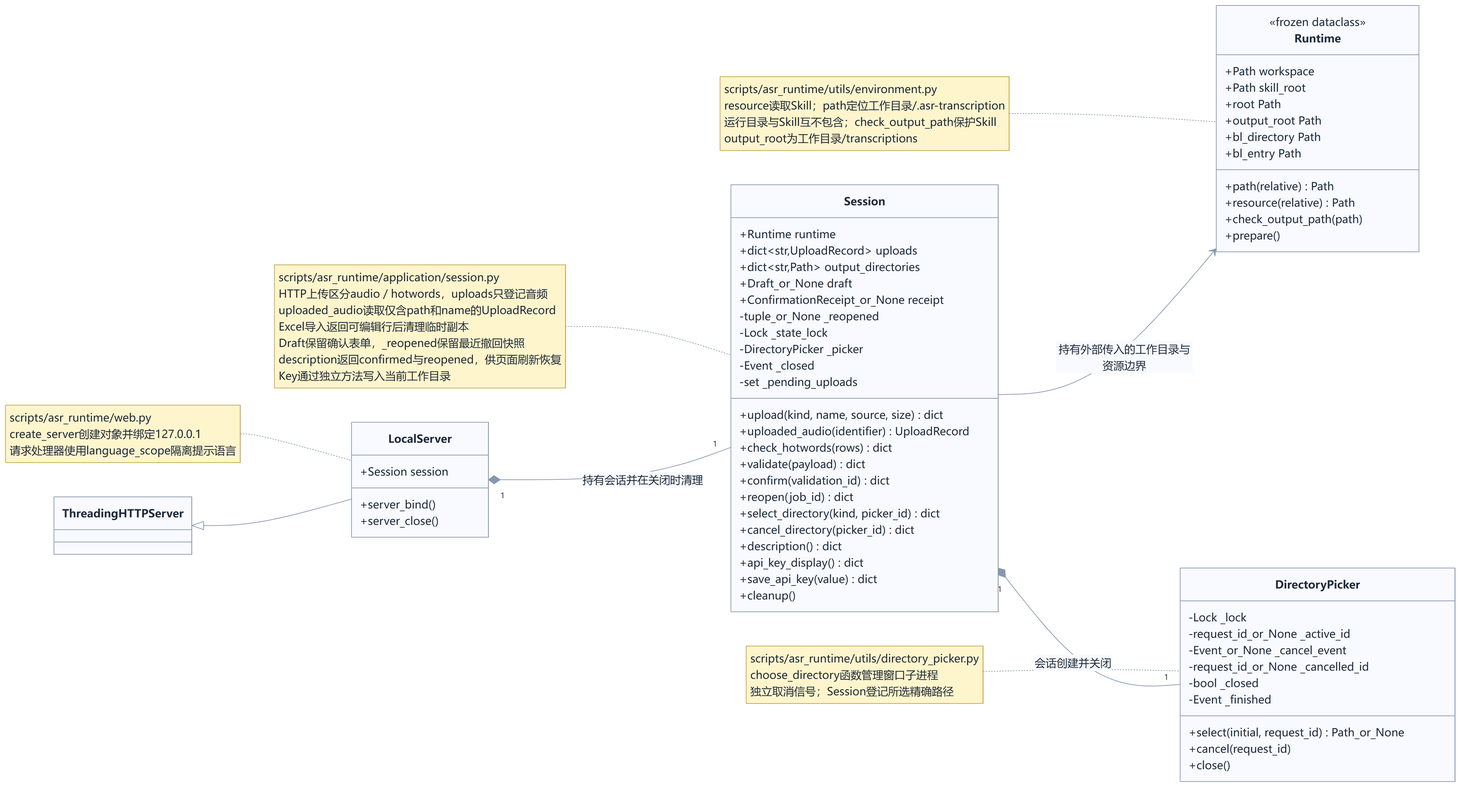
hx101700/asr-agent keeps this Mermaid diagram as doc/uml/01-classes.png. Above is the earlier version. Its source is kept beside it as doc/uml/01-classes.mmd.
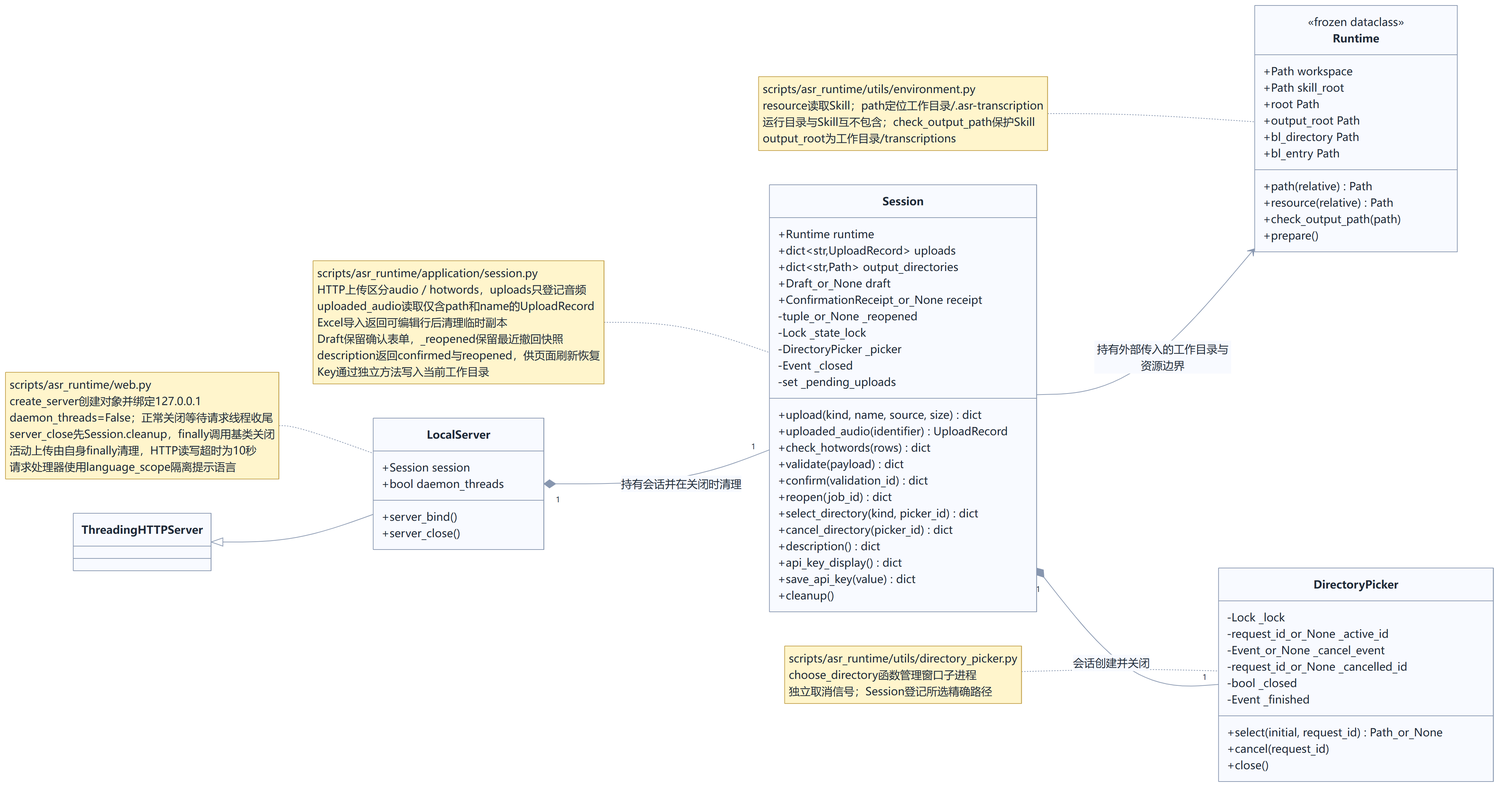
Above is the later version.

Change to the diagram source:
```diff
@@ -40,6 +40,7 @@
 class ThreadingHTTPServer
 class LocalServer {
   +Session session
+  +bool daemon_threads
   +server_bind()
   +server_close()
 }
@@ -61,4 +62,4 @@
 note for Runtime "scripts/asr_runtime/utils/environment.py<br/>resource读取Skill；path定位工作目录/.asr-transcription<br/>运行目录与Skill互不包含；check_output_path保护Skill<br/>output_root为工作目录/transcriptions"
 note for Session "scripts/asr_runtime/application/session.py<br/>HTTP上传区分audio／hotwords，uploads只登记音频<br/>uploaded_audio读取仅含path和name的UploadRecord<br/>Excel导入返回可编辑行后清理临时副本<br/>Draft保留确认表单，_reopened保留最近撤回快照<br/>description返回confirmed与reopened，供页面刷新恢复<br/>Key通过独立方法写入当前工作目录"
 note for DirectoryPicker "scripts/asr_runtime/utils/directory_picker.py<br/>choose_directory函数管理窗口子进程<br/>独立取消信号；Session登记所选精确路径"
-note for LocalServer "scripts/asr_runtime/web.py<br/>create_server创建对象并绑定127.0.0.1<br/>请求处理器使用language_scope隔离提示语言"
+note for LocalServer "scripts/asr_runtime/web.py<br/>create_server创建对象并绑定127.0.0.1<br/>daemon_threads=False；正常关闭等待请求线程收尾<br/>server_close先Session.cleanup，finally调用基类关闭<br/>活动上传由自身finally清理，HTTP读写超时为10秒<br/>请求处理器使用language_scope隔离提示语言"
```
